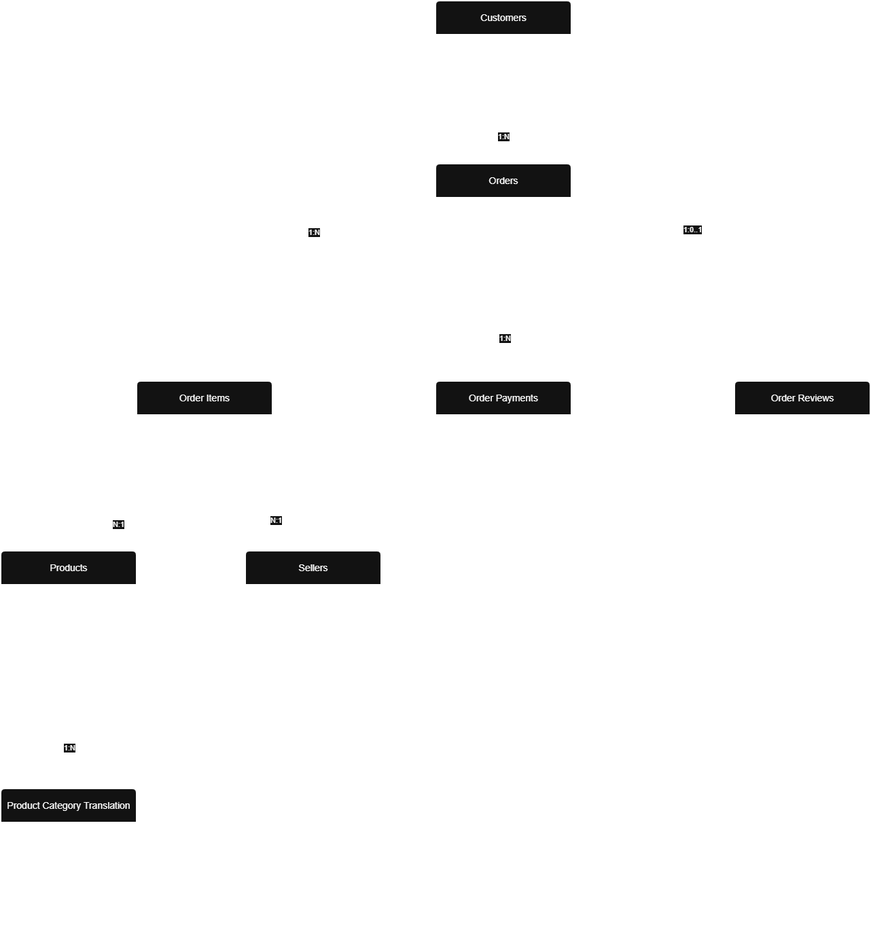
Earlier version of the draw.io export docs/diagrams/logical-erd.drawio.png (neeleshksingh/Ecommerce-Sales-Analytics). Source tidied: cells renumbered, new cells last; positions are measured from the earlier drawing's top-left corner, leaving out a move shared by most shapes.
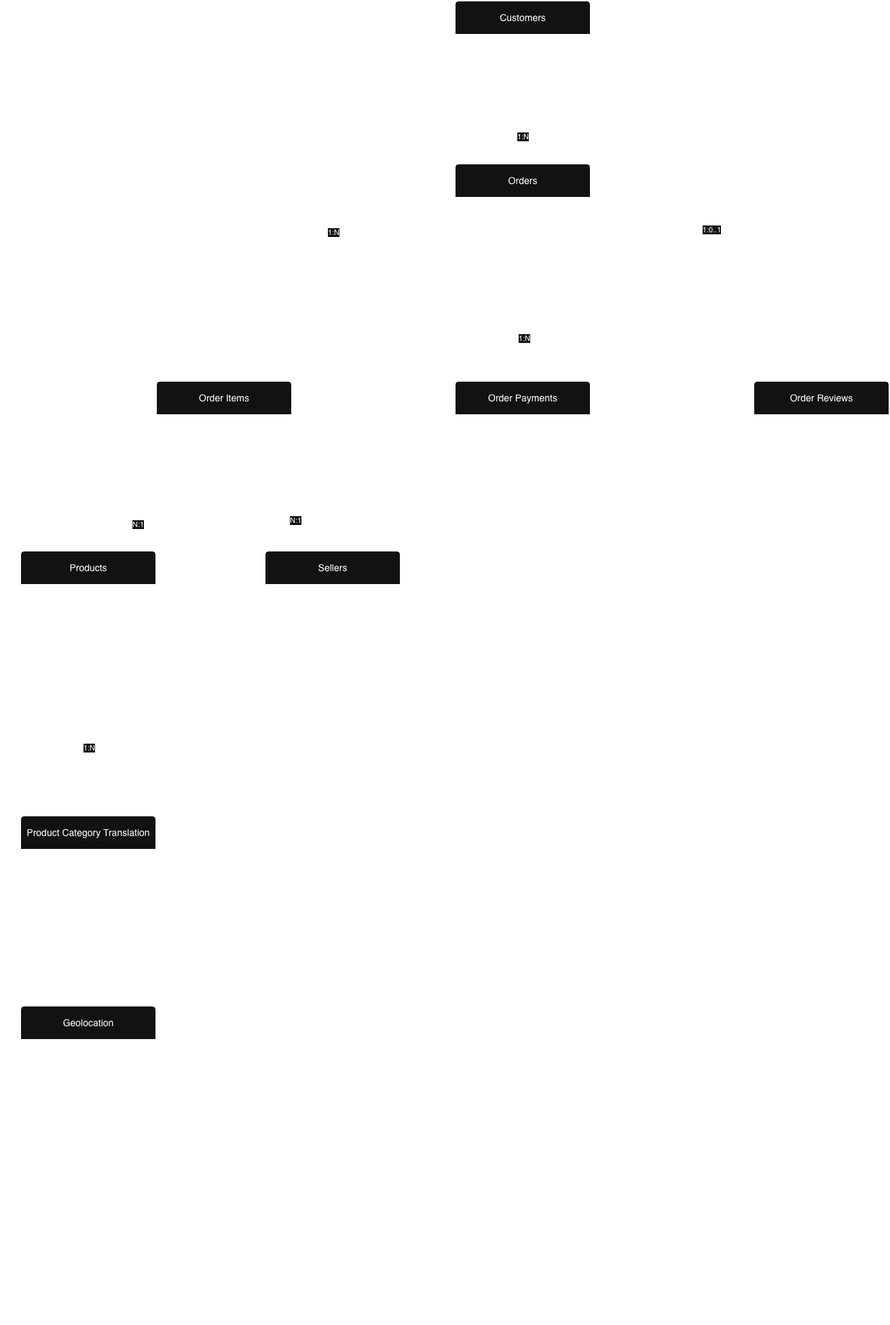
After the commit.

The edit, as a diff of the source:
```diff
@@ -110,13 +110,22 @@
     <mxCell id="31" value="&lt;div&gt;&lt;span style=&quot;background-color: transparent; color: light-dark(rgb(0, 0, 0), rgb(255, 255, 255));&quot;&gt;PK review_id&lt;/span&gt;&amp;nbsp; &amp;nbsp; &amp;nbsp; &amp;nbsp; &amp;nbsp; &amp;nbsp; &amp;nbsp; &amp;nbsp; &amp;nbsp;&lt;/div&gt;&lt;div&gt;FK order_id&amp;nbsp;&amp;nbsp; &amp;nbsp; &amp;nbsp; &amp;nbsp; &amp;nbsp; &amp;nbsp;&amp;nbsp;&lt;/div&gt;&lt;div&gt;&lt;span style=&quot;background-color: transparent; color: light-dark(rgb(0, 0, 0), rgb(255, 255, 255));&quot;&gt;review_score&lt;/span&gt;&amp;nbsp; &amp;nbsp; &amp;nbsp; &amp;nbsp; &amp;nbsp; &amp;nbsp; &amp;nbsp; &amp;nbsp; &amp;nbsp; &amp;nbsp; &amp;nbsp; &amp;nbsp;&lt;/div&gt;&lt;div&gt;review_comment_title&amp;nbsp; &amp;nbsp; &amp;nbsp; &amp;nbsp; &amp;nbsp; &amp;nbsp; &amp;nbsp; &amp;nbsp; &amp;nbsp;&amp;nbsp;&lt;/div&gt;&lt;div&gt;review_comment_message&amp;nbsp; &amp;nbsp; &amp;nbsp; &amp;nbsp;&lt;/div&gt;&lt;div&gt;review_creation_date&lt;/div&gt;&lt;div&gt;review_answer_timestamp&lt;/div&gt;" style="align=left;strokeColor=none;fillColor=none;spacingLeft=4;spacingRight=4;fontSize=12;verticalAlign=top;html=1;whiteSpace=wrap;" parent="30" vertex="1">
       <mxGeometry y="50" width="200" height="110" as="geometry" />
     </mxCell>
+    <mxCell id="35" value="Geolocation" style="swimlane;horizontal=1;startSize=50;rounded=1;fontSize=14;fontStyle=0;strokeWidth=2;shadow=0;dashed=0;align=center;arcSize=4;whiteSpace=wrap;html=1;" parent="1" vertex="1">
+      <mxGeometry y="1480" width="200" height="200" as="geometry" />
+    </mxCell>
+    <mxCell id="36" value="&lt;div&gt;&lt;div&gt;geolocation_zip_code&lt;/div&gt;&lt;div&gt;latitude&lt;/div&gt;&lt;div&gt;longitude&lt;/div&gt;&lt;div&gt;city&lt;/div&gt;&lt;div&gt;state&amp;nbsp;&lt;/div&gt;&lt;/div&gt;" style="align=left;strokeColor=none;fillColor=none;spacingLeft=4;spacingRight=4;fontSize=12;verticalAlign=top;html=1;whiteSpace=wrap;" parent="35" vertex="1">
+      <mxGeometry y="50" width="200" height="150" as="geometry" />
+    </mxCell>
     <mxCell id="32" style="edgeStyle=orthogonalEdgeStyle;rounded=0;jettySize=auto;html=1;exitX=0.5;exitY=0;exitDx=0;exitDy=0;" parent="1" edge="1" source="33">
       <mxGeometry relative="1" as="geometry">
         <mxPoint x="100.1" y="1110" as="targetPoint" />
       </mxGeometry>
     </mxCell>
+    <mxCell id="37" value="&lt;pre class=&quot;overflow-visible! px-0!&quot;&gt;&lt;div class=&quot;relative w-full mt-4 mb-1&quot;&gt;&lt;div class=&quot;&quot;&gt;&lt;div class=&quot;contents&quot;&gt;&lt;div class=&quot;relative&quot;&gt;&lt;div class=&quot;h-full min-h-0 min-w-0&quot;&gt;&lt;div class=&quot;h-full min-h-0 min-w-0&quot;&gt;&lt;div class=&quot;border border-token-border-light border-radius-3xl corner-superellipse/1.1 rounded-3xl&quot;&gt;&lt;div class=&quot;h-full w-full border-radius-3xl bg-(--code-block-surface) corner-superellipse/1.1 overflow-clip rounded-3xl [--code-block-surface:var(--bg-elevated-secondary)] dark:[--code-block-surface:var(--composer-surface-primary)] lxnfua_clipPathFallback&quot;&gt;&lt;div class=&quot;relative&quot;&gt;&lt;div class=&quot;pe-11 pt-3&quot;&gt;&lt;div class=&quot;relative z-0 flex max-w-full&quot;&gt;&lt;div id=&quot;code-block-viewer&quot; dir=&quot;ltr&quot; class=&quot;q9tKkq_viewer cm-editor z-10 light:cm-light dark:cm-light flex h-full w-full flex-col items-stretch ͼs ͼ16&quot;&gt;&lt;div class=&quot;cm-scroller&quot;&gt;&lt;pre class=&quot;cm-content q9tKkq_readonly m-0 PDq2pG_selectionAnchorContainer&quot;&gt;&lt;code&gt;&lt;span&gt;Conceptual Join Only&#10;────────────────────────────────────────────&#10;&#10;Customers.customer_zip_code_prefix&#10;        │&#10;        ▼&#10;Geolocation.geolocation_zip_code_prefix&#10;&#10;Sellers.seller_zip_code_prefix&#10;        │&#10;        ▼&#10;Geolocation.geolocation_zip_code_prefix&lt;/span&gt;&lt;/code&gt;&lt;span aria-hidden=&quot;true&quot; class=&quot;PDq2pG_selectionAnchor&quot;&gt;&lt;/span&gt;&lt;/pre&gt;&lt;/div&gt;&lt;/div&gt;&lt;/div&gt;&lt;/div&gt;&lt;/div&gt;&lt;/div&gt;&lt;/div&gt;&lt;/div&gt;&lt;/div&gt;&lt;div class=&quot;&quot;&gt;&lt;div class=&quot;&quot;&gt;&lt;/div&gt;&lt;/div&gt;&lt;/div&gt;&lt;/div&gt;&lt;/div&gt;&lt;/div&gt;&lt;/pre&gt;" style="text;whiteSpace=wrap;html=1;" parent="1" vertex="1">
+      <mxGeometry x="-30" y="1730" width="350" height="220" as="geometry" />
+    </mxCell>
     <mxCell id="33" value="Product Category Translation" style="swimlane;horizontal=1;startSize=50;rounded=1;fontSize=14;fontStyle=0;strokeWidth=2;shadow=0;dashed=0;align=center;arcSize=4;whiteSpace=wrap;html=1;" parent="1" vertex="1">
-      <mxGeometry y="1160" width="200" height="200" as="geometry" />
+      <mxGeometry y="1200" width="200" height="200" as="geometry" />
     </mxCell>
     <mxCell id="34" value="PK product_category_name&lt;br&gt;product_category_name_english" style="align=left;strokeColor=none;fillColor=none;spacingLeft=4;spacingRight=4;fontSize=12;verticalAlign=top;html=1;whiteSpace=wrap;" parent="33" vertex="1">
       <mxGeometry y="50" width="200" height="150" as="geometry" />
```
